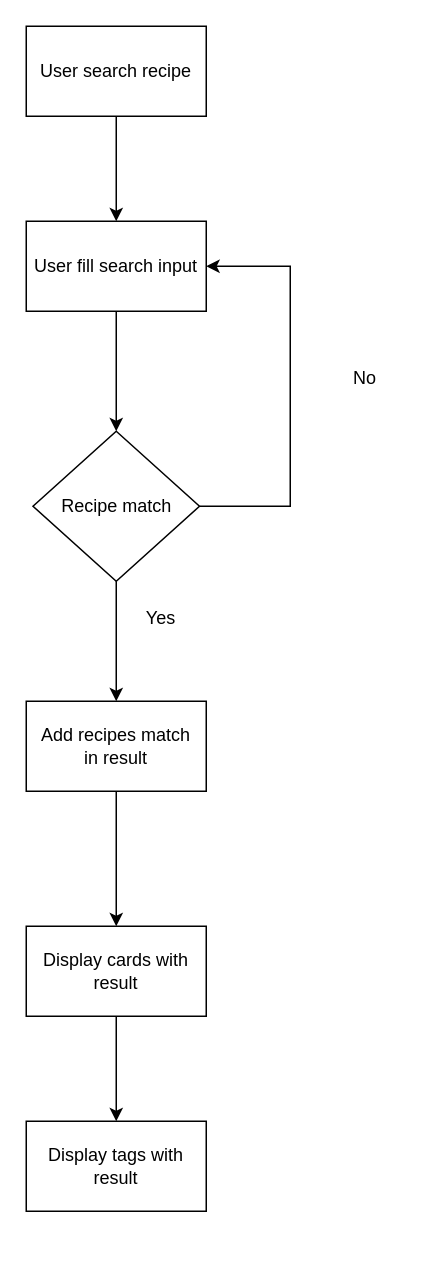
Earlier version of the draw.io diagram Diagramme_les_petits_plats.drawio (NicolasSIO/Les-petis-plats). Source tidied: cells renumbered, new cells numbered last; positions are measured from the earlier drawing's top-left corner, leaving out a move shared by most shapes. Both pictures are drawn from the tidied source at 150%, with x=0, y=0 at pixel (26, 26).
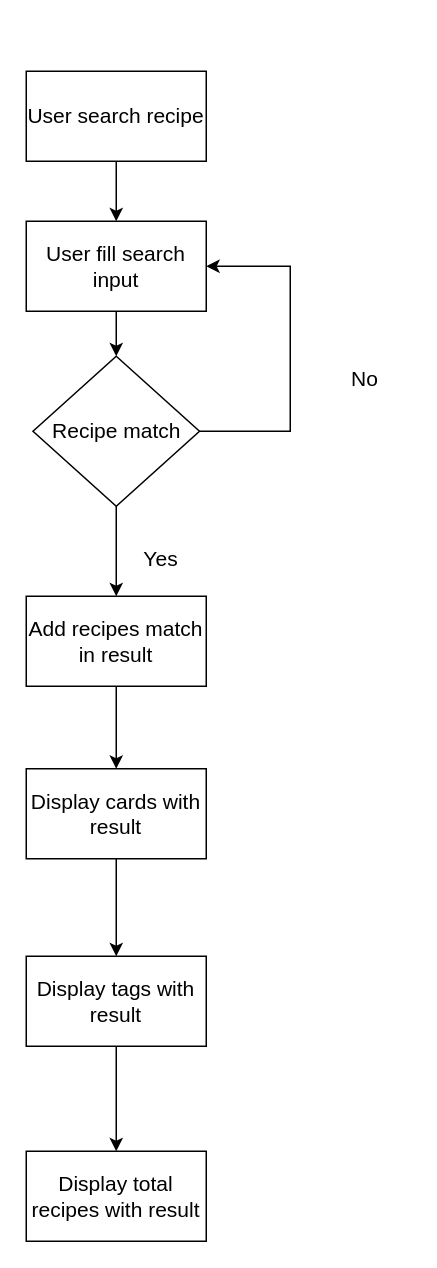
After the change.

Commit message (it also covers changes not shown here):
Mettre à jour Diagramme_les_petits_plats.drawio

What changed in the source:
```diff
@@
 <mxGraphModel>
   <root>
     <mxCell id="0" />
     <mxCell id="1" parent="0" />
-    <mxCell id="2" value="User search recipe" style="rounded=0;whiteSpace=wrap;html=1;" parent="1" vertex="1">
-      <mxGeometry width="120" height="60" as="geometry" />
+    <mxCell id="2" value="User search recipe" style="rounded=0;whiteSpace=wrap;html=1;fontSize=14;" parent="1" vertex="1">
+      <mxGeometry y="30" width="120" height="60" as="geometry" />
     </mxCell>
-    <mxCell id="3" style="edgeStyle=orthogonalEdgeStyle;rounded=0;jettySize=auto;html=1;exitX=0.5;exitY=1;exitDx=0;exitDy=0;entryX=0.5;entryY=0;entryDx=0;entryDy=0;" parent="1" edge="1" source="2" target="4">
+    <mxCell id="3" style="edgeStyle=orthogonalEdgeStyle;rounded=0;jettySize=auto;html=1;exitX=0.5;exitY=1;exitDx=0;exitDy=0;entryX=0.5;entryY=0;entryDx=0;entryDy=0;fontSize=14;" parent="1" edge="1" source="2" target="4">
       <mxGeometry relative="1" as="geometry" />
     </mxCell>
-    <mxCell id="4" value="User fill search input" style="rounded=0;whiteSpace=wrap;html=1;" parent="1" vertex="1">
+    <mxCell id="4" value="User fill search input" style="rounded=0;whiteSpace=wrap;html=1;fontSize=14;" parent="1" vertex="1">
       <mxGeometry y="130" width="120" height="60" as="geometry" />
     </mxCell>
-    <mxCell id="5" value="Recipe match" style="rhombus;whiteSpace=wrap;html=1;" parent="1" vertex="1">
-      <mxGeometry x="4.5" y="270" width="111" height="100" as="geometry" />
+    <mxCell id="5" value="Recipe match" style="rhombus;whiteSpace=wrap;html=1;fontSize=14;" parent="1" vertex="1">
+      <mxGeometry x="4.5" y="220" width="111" height="100" as="geometry" />
     </mxCell>
-    <mxCell id="6" value="Add recipes match&lt;br&gt;in result" style="rounded=0;whiteSpace=wrap;html=1;" parent="1" vertex="1">
-      <mxGeometry y="450" width="120" height="60" as="geometry" />
+    <mxCell id="6" value="Add recipes match&lt;br style=&quot;font-size: 14px;&quot;&gt;in result" style="rounded=0;whiteSpace=wrap;html=1;fontSize=14;" parent="1" vertex="1">
+      <mxGeometry y="380" width="120" height="60" as="geometry" />
     </mxCell>
-    <mxCell id="7" value="Display cards with result" style="rounded=0;whiteSpace=wrap;html=1;" parent="1" vertex="1">
-      <mxGeometry y="600" width="120" height="60" as="geometry" />
+    <mxCell id="7" value="Display cards with result" style="rounded=0;whiteSpace=wrap;html=1;fontSize=14;" parent="1" vertex="1">
+      <mxGeometry y="495" width="120" height="60" as="geometry" />
     </mxCell>
-    <mxCell id="8" value="Display tags with result" style="rounded=0;whiteSpace=wrap;html=1;" parent="1" vertex="1">
-      <mxGeometry y="730" width="120" height="60" as="geometry" />
+    <mxCell id="8" value="Display tags with result" style="rounded=0;whiteSpace=wrap;html=1;fontSize=14;" parent="1" vertex="1">
+      <mxGeometry y="620" width="120" height="60" as="geometry" />
     </mxCell>
-    <mxCell id="9" style="endArrow=classic;html=1;rounded=0;exitX=0.5;exitY=1;exitDx=0;exitDy=0;entryX=0.5;entryY=0;entryDx=0;entryDy=0;" parent="1" edge="1" source="4" target="5">
+    <mxCell id="9" style="endArrow=classic;html=1;rounded=0;exitX=0.5;exitY=1;exitDx=0;exitDy=0;entryX=0.5;entryY=0;entryDx=0;entryDy=0;fontSize=14;" parent="1" edge="1" source="4" target="5">
       <mxGeometry relative="1" as="geometry" />
     </mxCell>
-    <mxCell id="10" style="endArrow=classic;html=1;rounded=0;exitX=0.5;exitY=1;exitDx=0;exitDy=0;entryX=0.5;entryY=0;entryDx=0;entryDy=0;" parent="1" edge="1" source="5" target="6">
+    <mxCell id="10" style="endArrow=classic;html=1;rounded=0;exitX=0.5;exitY=1;exitDx=0;exitDy=0;entryX=0.5;entryY=0;entryDx=0;entryDy=0;fontSize=14;" parent="1" edge="1" source="5" target="6">
       <mxGeometry relative="1" as="geometry" />
     </mxCell>
-    <mxCell id="11" style="endArrow=classic;html=1;rounded=0;exitX=0.5;exitY=1;exitDx=0;exitDy=0;entryX=0.5;entryY=0;entryDx=0;entryDy=0;" parent="1" edge="1" source="6" target="7">
+    <mxCell id="11" style="endArrow=classic;html=1;rounded=0;exitX=0.5;exitY=1;exitDx=0;exitDy=0;entryX=0.5;entryY=0;entryDx=0;entryDy=0;fontSize=14;" parent="1" edge="1" source="6" target="7">
       <mxGeometry relative="1" as="geometry" />
     </mxCell>
-    <mxCell id="12" style="endArrow=classic;html=1;rounded=0;exitX=0.5;exitY=1;exitDx=0;exitDy=0;entryX=0.5;entryY=0;entryDx=0;entryDy=0;" parent="1" edge="1" source="7" target="8">
+    <mxCell id="12" style="endArrow=classic;html=1;rounded=0;exitX=0.5;exitY=1;exitDx=0;exitDy=0;entryX=0.5;entryY=0;entryDx=0;entryDy=0;fontSize=14;" parent="1" edge="1" source="7" target="8">
       <mxGeometry relative="1" as="geometry" />
     </mxCell>
-    <mxCell id="13" style="endArrow=classic;html=1;rounded=0;exitX=1;exitY=0.5;exitDx=0;exitDy=0;entryX=1;entryY=0.5;entryDx=0;entryDy=0;" parent="1" edge="1" source="5" target="4">
+    <mxCell id="13" style="endArrow=classic;html=1;rounded=0;exitX=1;exitY=0.5;exitDx=0;exitDy=0;entryX=1;entryY=0.5;entryDx=0;entryDy=0;fontSize=14;" parent="1" edge="1" source="5" target="4">
       <mxGeometry relative="1" as="geometry">
         <Array as="points">
-          <mxPoint x="176" y="320" />
+          <mxPoint x="176" y="270" />
           <mxPoint x="176" y="160" />
         </Array>
       </mxGeometry>
     </mxCell>
-    <mxCell id="14" value="Yes" style="text;html=1;strokeColor=none;fillColor=none;align=center;verticalAlign=middle;whiteSpace=wrap;rounded=0;" parent="1" vertex="1">
-      <mxGeometry x="60" y="380" width="60" height="30" as="geometry" />
+    <mxCell id="14" value="Yes" style="text;html=1;strokeColor=none;fillColor=none;align=center;verticalAlign=middle;whiteSpace=wrap;rounded=0;fontSize=14;" parent="1" vertex="1">
+      <mxGeometry x="60" y="340" width="60" height="30" as="geometry" />
     </mxCell>
-    <mxCell id="15" value="No" style="text;html=1;strokeColor=none;fillColor=none;align=center;verticalAlign=middle;whiteSpace=wrap;rounded=0;" parent="1" vertex="1">
+    <mxCell id="15" value="No" style="text;html=1;strokeColor=none;fillColor=none;align=center;verticalAlign=middle;whiteSpace=wrap;rounded=0;fontSize=14;" parent="1" vertex="1">
       <mxGeometry x="196" y="220" width="60" height="30" as="geometry" />
     </mxCell>
+    <mxCell id="16" value="Display total recipes with result" style="rounded=0;whiteSpace=wrap;html=1;fontSize=14;" parent="1" vertex="1">
+      <mxGeometry y="750" width="120" height="60" as="geometry" />
+    </mxCell>
+    <mxCell id="17" style="endArrow=classic;html=1;rounded=0;exitX=0.5;exitY=1;exitDx=0;exitDy=0;entryX=0.5;entryY=0;entryDx=0;entryDy=0;fontSize=14;" parent="1" edge="1" source="8" target="16">
+      <mxGeometry relative="1" as="geometry" />
+    </mxCell>
   </root>
 </mxGraphModel>
```
